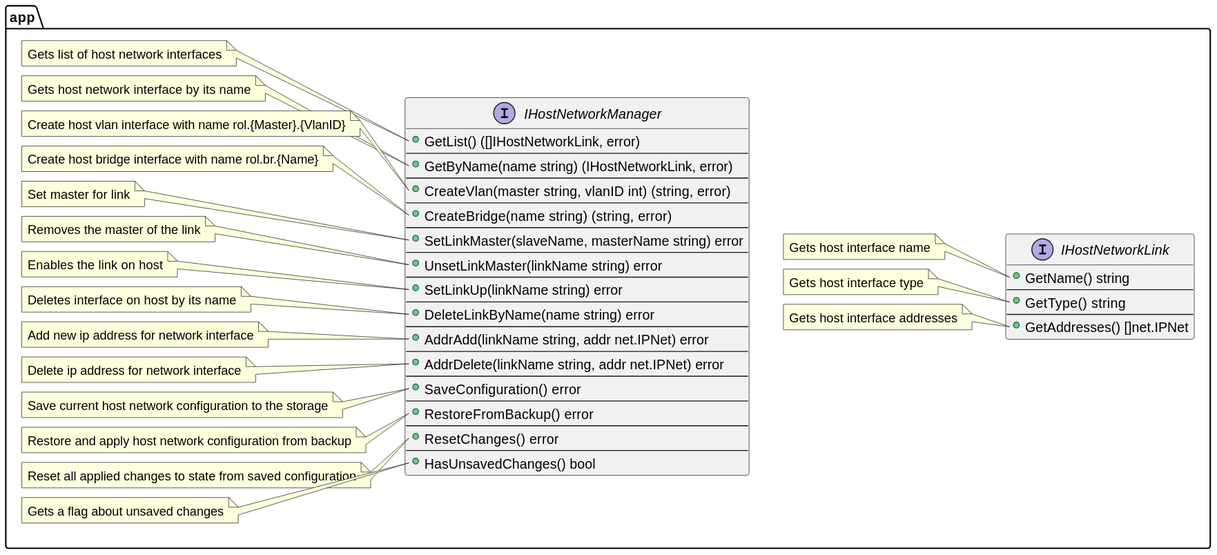
lf-edge/rol keeps this PlantUML diagram as docs/plantuml/interfaces/IHostNetworkManager.svg. Above is the earlier version.
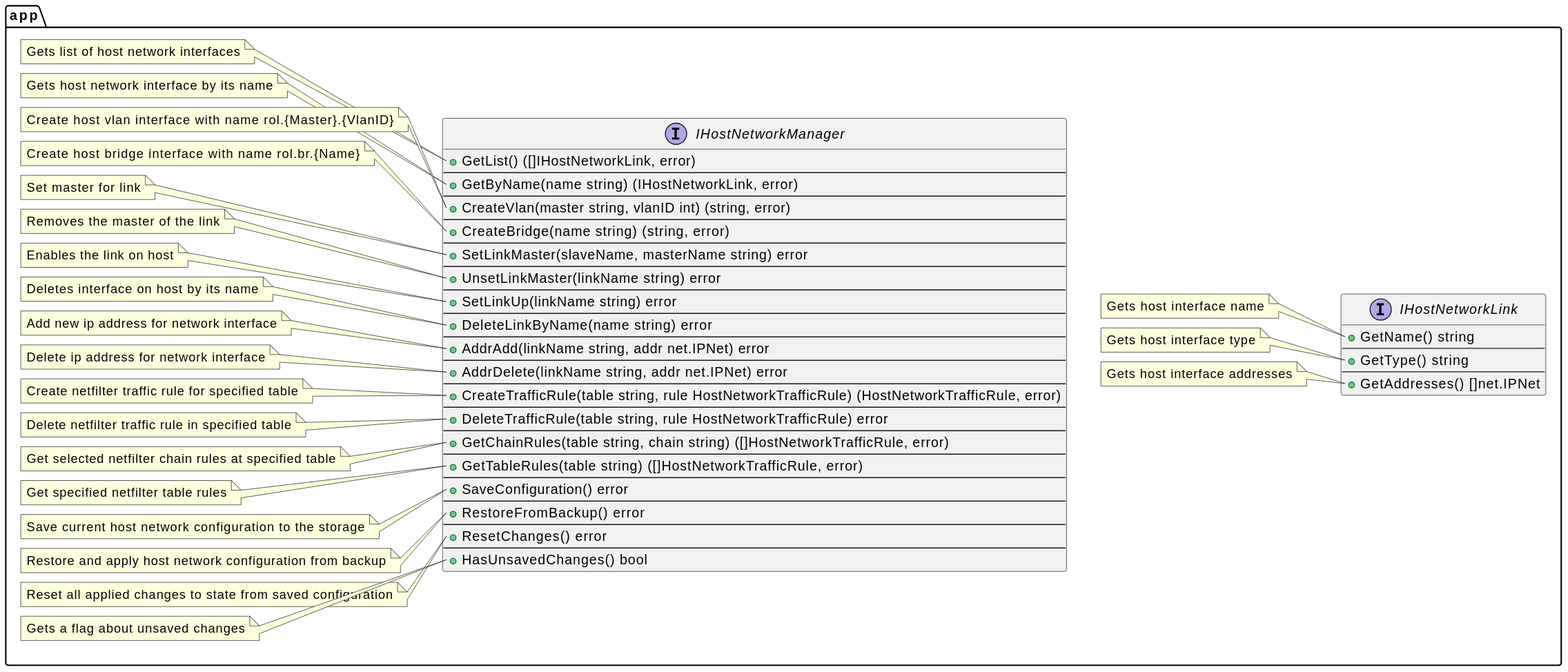
The same diagram one commit later.

Commit message:
docs: puml: added network traffic management related svg's

Change to the diagram source:
```diff
@@ -23,6 +23,14 @@
         +AddrAdd(linkName string, addr net.IPNet) error
         --
         +AddrDelete(linkName string, addr net.IPNet) error
+        --
+        +CreateTrafficRule(table string, rule HostNetworkTrafficRule) (HostNetworkTrafficRule, error)
+        --
+        +DeleteTrafficRule(table string, rule HostNetworkTrafficRule) error
+        --
+        +GetChainRules(table string, chain string) ([]HostNetworkTrafficRule, error)
+        --
+        +GetTableRules(table string) ([]HostNetworkTrafficRule, error)
         --
         +SaveConfiguration() error
         --
@@ -73,6 +81,22 @@
     Delete ip address for network interface
     end note
 
+    note left of IHostNetworkManager::CreateTrafficRule
+    Create netfilter traffic rule for specified table
+    end note
+
+    note left of IHostNetworkManager::DeleteTrafficRule
+    Delete netfilter traffic rule in specified table
+    end note
+
+    note left of IHostNetworkManager::GetChainRules
+    Get selected netfilter chain rules at specified table
+    end note
+
+    note left of IHostNetworkManager::GetTableRules
+    Get specified netfilter table rules
+    end note
+
     note left of IHostNetworkManager::SaveConfiguration
     Save current host network configuration to the storage
     end note
```
